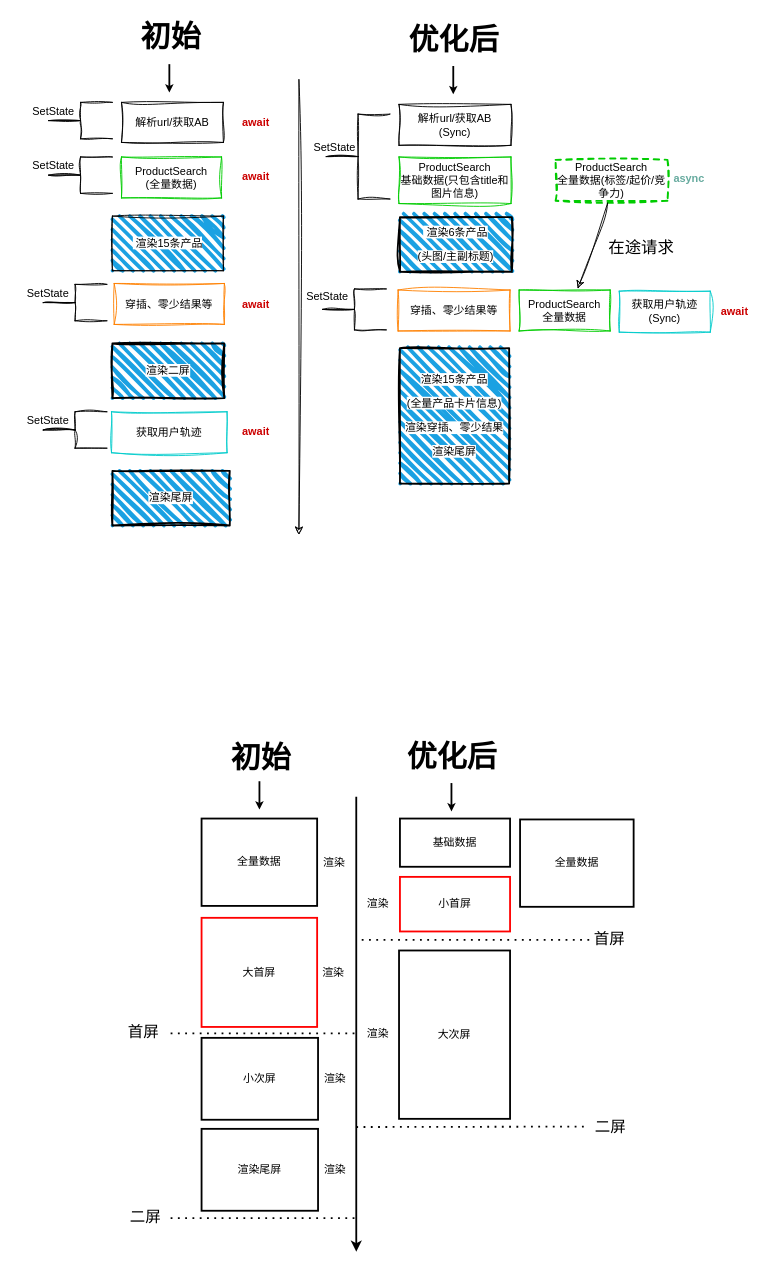
Above: page "渲染优化" (2 of 6) of performance/list优化.drawio in weixiaoH/free (draw.io), before the change. Source tidied: cells renumbered, new cells numbered last; positions are measured from the earlier drawing's top-left corner, leaving out a move shared by most shapes. Both pictures are drawn from the tidied source at 91%, with x=0, y=0 at pixel (15, 15).
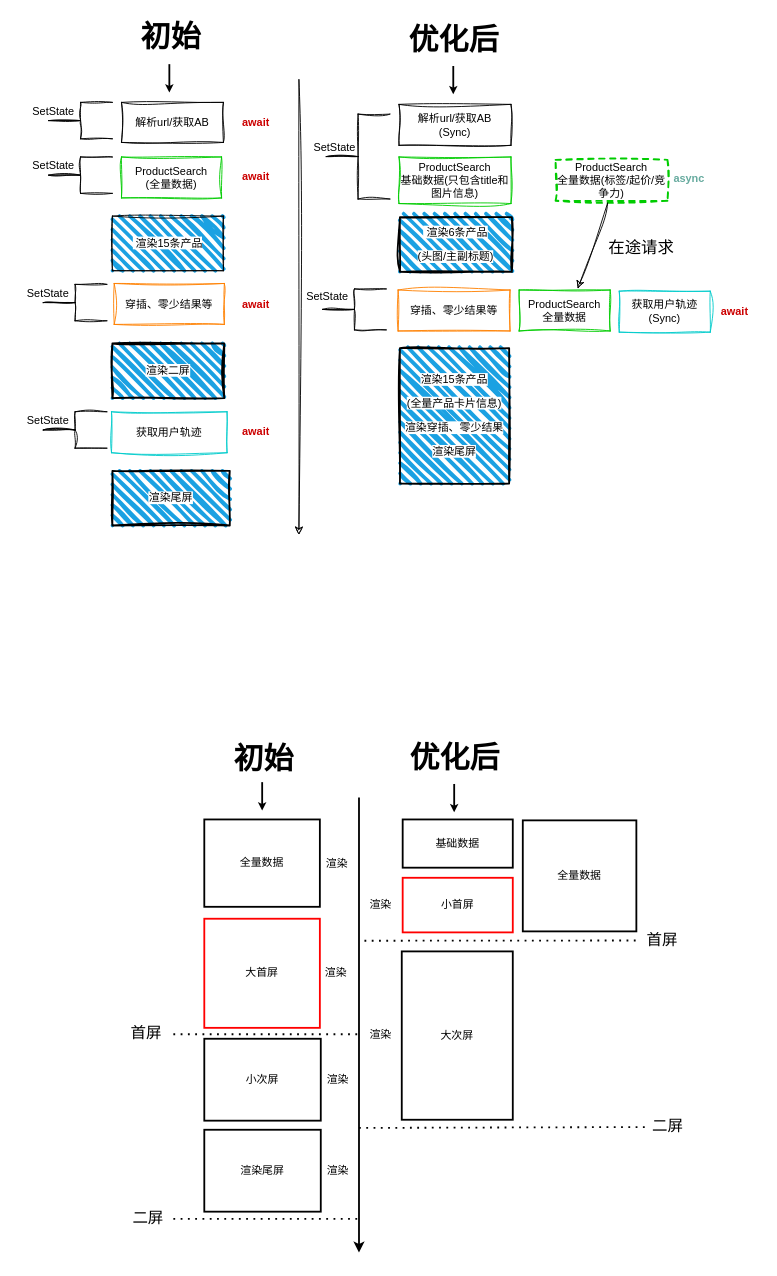
The same diagram, later.

What changed in the source:
```diff
@@
     <mxCell id="49" style="group;" parent="1" vertex="1">
-      <mxGeometry x="113" y="791" width="567" height="567" as="geometry" />
+      <mxGeometry x="116" y="792" width="567" height="567" as="geometry" />
     </mxCell>
@@
     <mxCell id="62" value="全量数据" style="rounded=0;absoluteArcSize=1;html=1;arcSize=10;whiteSpace=wrap;strokeColor=default;fillColor=inherit;fillWeight=4;hachureGap=8;hachureAngle=45;strokeWidth=2;fontFamily=Helvetica;fontSize=12;fontColor=default;glass=0;shadow=0;" parent="49" vertex="1">
-      <mxGeometry x="441" y="92" width="124.8" height="96" as="geometry" />
+      <mxGeometry x="441" y="92" width="124.8" height="122" as="geometry" />
     </mxCell>
@@
-    <mxCell id="69" value="&lt;font color=&quot;#000000&quot;&gt;首屏&lt;/font&gt;" style="text;html=1;align=center;verticalAlign=middle;strokeColor=none;fillColor=none;fontSize=17;fontColor=#FF0000;" parent="49" vertex="1">
-      <mxGeometry x="511.8" y="207" width="54" height="33" as="geometry" />
-    </mxCell>
@@
     <mxCell id="71" style="endArrow=none;dashed=1;html=1;dashPattern=1 3;strokeWidth=2;rounded=0;fontSize=17;fontColor=#287DFA;" parent="49" edge="1">
       <mxGeometry relative="1" as="geometry">
         <mxPoint x="267" y="224.3" as="sourcePoint" />
-        <mxPoint x="517" y="224.3" as="targetPoint" />
+        <mxPoint x="570" y="224" as="targetPoint" />
       </mxGeometry>
     </mxCell>
-    <mxCell id="72" style="endArrow=none;dashed=1;html=1;dashPattern=1 3;strokeWidth=2;rounded=0;fontSize=17;fontColor=#287DFA;entryX=-0.028;entryY=0.47;entryDx=0;entryDy=0;entryPerimeter=0;" parent="49" edge="1" target="73">
+    <mxCell id="72" style="endArrow=none;dashed=1;html=1;dashPattern=1 3;strokeWidth=2;rounded=0;fontSize=17;fontColor=#287DFA;" parent="49" edge="1">
       <mxGeometry relative="1" as="geometry">
         <mxPoint x="261" y="430" as="sourcePoint" />
+        <mxPoint x="576" y="429" as="targetPoint" />
       </mxGeometry>
     </mxCell>
-    <mxCell id="73" value="&lt;font color=&quot;#000000&quot;&gt;二屏&lt;/font&gt;" style="text;html=1;align=center;verticalAlign=middle;points=[];strokeColor=none;fillColor=none;fontSize=17;fontColor=#FF0000;" parent="49" vertex="1">
-      <mxGeometry x="513" y="414" width="54" height="33" as="geometry" />
-    </mxCell>
@@
+    <mxCell id="69" value="&lt;font color=&quot;#000000&quot;&gt;首屏&lt;/font&gt;" style="text;html=1;align=center;verticalAlign=middle;strokeColor=none;fillColor=none;fontSize=17;fontColor=#FF0000;" parent="1" vertex="1">
+      <mxGeometry x="683" y="1000" width="54" height="33" as="geometry" />
+    </mxCell>
+    <mxCell id="73" value="&lt;font color=&quot;#000000&quot;&gt;二屏&lt;/font&gt;" style="text;html=1;align=center;verticalAlign=middle;points=[];strokeColor=none;fillColor=none;fontSize=17;fontColor=#FF0000;" parent="1" vertex="1">
+      <mxGeometry x="689" y="1204" width="54" height="33" as="geometry" />
+    </mxCell>
```
